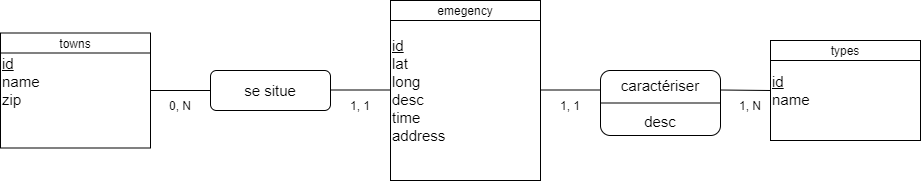
This is MCD.png from chainyo/analyse_donnees, a draw.io export, as it was before one commit. Source tidied: cells renumbered, new cells last; positions are measured from the earlier drawing's top-left corner, leaving out a move shared by most shapes. Source of this version:
```xml
<mxGraphModel>
  <root>
    <mxCell id="0" />
    <mxCell id="1" parent="0" />
    <mxCell id="2" value="&lt;font style=&quot;font-size: 15px&quot;&gt;&lt;u&gt;id&lt;/u&gt;&lt;br&gt;lat&lt;br&gt;long&lt;br&gt;desc&lt;br&gt;time&lt;br&gt;address&lt;br&gt;&lt;/font&gt;" style="shape=internalStorage;whiteSpace=wrap;html=1;backgroundOutline=1;dx=0;dy=20;align=left;" parent="1" vertex="1">
      <mxGeometry x="390" width="150" height="180" as="geometry" />
    </mxCell>
    <mxCell id="3" value="emegency" style="text;html=1;strokeColor=none;fillColor=none;align=center;verticalAlign=middle;whiteSpace=wrap;rounded=0;" parent="1" vertex="1">
      <mxGeometry x="445" width="40" height="20" as="geometry" />
    </mxCell>
    <mxCell id="4" value="&lt;font style=&quot;font-size: 15px&quot;&gt;&lt;u&gt;id&lt;/u&gt;&lt;br&gt;name&lt;br&gt;&lt;/font&gt;" style="shape=internalStorage;whiteSpace=wrap;html=1;backgroundOutline=1;dx=0;dy=20;align=left;" parent="1" vertex="1">
      <mxGeometry x="770" y="40" width="150" height="100" as="geometry" />
    </mxCell>
    <mxCell id="5" value="types" style="text;html=1;strokeColor=none;fillColor=none;align=center;verticalAlign=middle;whiteSpace=wrap;rounded=0;" parent="1" vertex="1">
      <mxGeometry x="825" y="40" width="40" height="20" as="geometry" />
    </mxCell>
    <mxCell id="6" value="&lt;font style=&quot;font-size: 15px&quot;&gt;&lt;u&gt;id&lt;br&gt;&lt;/u&gt;name&lt;br&gt;zip&lt;br&gt;&lt;br&gt;&lt;/font&gt;" style="shape=internalStorage;whiteSpace=wrap;html=1;backgroundOutline=1;dx=0;dy=20;align=left;" parent="1" vertex="1">
      <mxGeometry y="32.5" width="150" height="115" as="geometry" />
    </mxCell>
    <mxCell id="7" value="towns" style="text;html=1;strokeColor=none;fillColor=none;align=center;verticalAlign=middle;whiteSpace=wrap;rounded=0;" parent="1" vertex="1">
      <mxGeometry x="55" y="32.5" width="40" height="20" as="geometry" />
    </mxCell>
    <mxCell id="8" value="&lt;font style=&quot;font-size: 15px&quot;&gt;caractériser&lt;br&gt;&lt;br&gt;desc&lt;br&gt;&lt;/font&gt;" style="rounded=1;whiteSpace=wrap;html=1;" parent="1" vertex="1">
      <mxGeometry x="600" y="70" width="120" height="65" as="geometry" />
    </mxCell>
    <mxCell id="9" value="&lt;span style=&quot;font-size: 15px&quot;&gt;se situe&lt;/span&gt;" style="rounded=1;whiteSpace=wrap;html=1;" parent="1" vertex="1">
      <mxGeometry x="210" y="70" width="120" height="40" as="geometry" />
    </mxCell>
    <mxCell id="10" style="endArrow=none;html=1;entryX=0;entryY=0.5;entryDx=0;entryDy=0;" parent="1" edge="1" source="6" target="9">
      <mxGeometry relative="1" as="geometry" />
    </mxCell>
    <mxCell id="11" style="endArrow=none;html=1;entryX=0;entryY=0.5;entryDx=0;entryDy=0;" parent="1" edge="1">
      <mxGeometry relative="1" as="geometry">
        <mxPoint x="330" y="89.5" as="sourcePoint" />
        <mxPoint x="390" y="89.5" as="targetPoint" />
      </mxGeometry>
    </mxCell>
    <mxCell id="12" style="endArrow=none;html=1;entryX=0;entryY=0.5;entryDx=0;entryDy=0;" parent="1" edge="1">
      <mxGeometry relative="1" as="geometry">
        <mxPoint x="540" y="89.5" as="sourcePoint" />
        <mxPoint x="600" y="89.5" as="targetPoint" />
      </mxGeometry>
    </mxCell>
    <mxCell id="13" style="endArrow=none;html=1;" parent="1" edge="1">
      <mxGeometry relative="1" as="geometry">
        <mxPoint x="720" y="89.5" as="sourcePoint" />
        <mxPoint x="770" y="90" as="targetPoint" />
      </mxGeometry>
    </mxCell>
    <mxCell id="14" value="0, N" style="text;html=1;strokeColor=none;fillColor=none;align=center;verticalAlign=middle;whiteSpace=wrap;rounded=0;" parent="1" vertex="1">
      <mxGeometry x="160" y="95" width="40" height="20" as="geometry" />
    </mxCell>
    <mxCell id="15" value="1, 1" style="text;html=1;strokeColor=none;fillColor=none;align=center;verticalAlign=middle;whiteSpace=wrap;rounded=0;" parent="1" vertex="1">
      <mxGeometry x="340" y="95" width="40" height="20" as="geometry" />
    </mxCell>
    <mxCell id="16" value="1, 1" style="text;html=1;strokeColor=none;fillColor=none;align=center;verticalAlign=middle;whiteSpace=wrap;rounded=0;" parent="1" vertex="1">
      <mxGeometry x="550" y="95" width="40" height="20" as="geometry" />
    </mxCell>
    <mxCell id="17" value="1, N" style="text;html=1;strokeColor=none;fillColor=none;align=center;verticalAlign=middle;whiteSpace=wrap;rounded=0;" parent="1" vertex="1">
      <mxGeometry x="730" y="95" width="40" height="20" as="geometry" />
    </mxCell>
    <mxCell id="18" style="endArrow=none;html=1;entryX=0;entryY=0.5;entryDx=0;entryDy=0;exitX=1;exitY=0.5;exitDx=0;exitDy=0;" parent="1" edge="1" source="8" target="8">
      <mxGeometry relative="1" as="geometry" />
    </mxCell>
  </root>
</mxGraphModel>
```
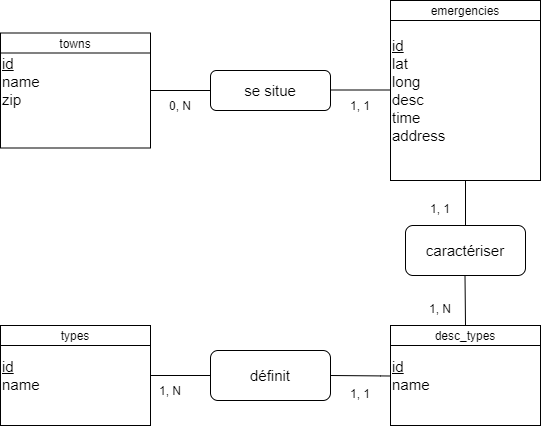
Later version of the same file.

Diff of the diagram source:
```diff
@@ -5,14 +5,14 @@
     <mxCell id="2" value="&lt;font style=&quot;font-size: 15px&quot;&gt;&lt;u&gt;id&lt;/u&gt;&lt;br&gt;lat&lt;br&gt;long&lt;br&gt;desc&lt;br&gt;time&lt;br&gt;address&lt;br&gt;&lt;/font&gt;" style="shape=internalStorage;whiteSpace=wrap;html=1;backgroundOutline=1;dx=0;dy=20;align=left;" parent="1" vertex="1">
       <mxGeometry x="390" width="150" height="180" as="geometry" />
     </mxCell>
-    <mxCell id="3" value="emegency" style="text;html=1;strokeColor=none;fillColor=none;align=center;verticalAlign=middle;whiteSpace=wrap;rounded=0;" parent="1" vertex="1">
+    <mxCell id="3" value="emergencies" style="text;html=1;strokeColor=none;fillColor=none;align=center;verticalAlign=middle;whiteSpace=wrap;rounded=0;" parent="1" vertex="1">
       <mxGeometry x="445" width="40" height="20" as="geometry" />
     </mxCell>
     <mxCell id="4" value="&lt;font style=&quot;font-size: 15px&quot;&gt;&lt;u&gt;id&lt;/u&gt;&lt;br&gt;name&lt;br&gt;&lt;/font&gt;" style="shape=internalStorage;whiteSpace=wrap;html=1;backgroundOutline=1;dx=0;dy=20;align=left;" parent="1" vertex="1">
-      <mxGeometry x="770" y="40" width="150" height="100" as="geometry" />
+      <mxGeometry y="325" width="150" height="100" as="geometry" />
     </mxCell>
     <mxCell id="5" value="types" style="text;html=1;strokeColor=none;fillColor=none;align=center;verticalAlign=middle;whiteSpace=wrap;rounded=0;" parent="1" vertex="1">
-      <mxGeometry x="825" y="40" width="40" height="20" as="geometry" />
+      <mxGeometry x="55" y="325" width="40" height="20" as="geometry" />
     </mxCell>
     <mxCell id="6" value="&lt;font style=&quot;font-size: 15px&quot;&gt;&lt;u&gt;id&lt;br&gt;&lt;/u&gt;name&lt;br&gt;zip&lt;br&gt;&lt;br&gt;&lt;/font&gt;" style="shape=internalStorage;whiteSpace=wrap;html=1;backgroundOutline=1;dx=0;dy=20;align=left;" parent="1" vertex="1">
       <mxGeometry y="32.5" width="150" height="115" as="geometry" />
@@ -20,8 +20,8 @@
     <mxCell id="7" value="towns" style="text;html=1;strokeColor=none;fillColor=none;align=center;verticalAlign=middle;whiteSpace=wrap;rounded=0;" parent="1" vertex="1">
       <mxGeometry x="55" y="32.5" width="40" height="20" as="geometry" />
     </mxCell>
-    <mxCell id="8" value="&lt;font style=&quot;font-size: 15px&quot;&gt;caractériser&lt;br&gt;&lt;br&gt;desc&lt;br&gt;&lt;/font&gt;" style="rounded=1;whiteSpace=wrap;html=1;" parent="1" vertex="1">
-      <mxGeometry x="600" y="70" width="120" height="65" as="geometry" />
+    <mxCell id="8" value="&lt;font style=&quot;font-size: 15px&quot;&gt;caractériser&lt;br&gt;&lt;/font&gt;" style="rounded=1;whiteSpace=wrap;html=1;" parent="1" vertex="1">
+      <mxGeometry x="405" y="225" width="120" height="50" as="geometry" />
     </mxCell>
     <mxCell id="9" value="&lt;span style=&quot;font-size: 15px&quot;&gt;se situe&lt;/span&gt;" style="rounded=1;whiteSpace=wrap;html=1;" parent="1" vertex="1">
       <mxGeometry x="210" y="70" width="120" height="40" as="geometry" />
@@ -35,16 +35,12 @@
         <mxPoint x="390" y="89.5" as="targetPoint" />
       </mxGeometry>
     </mxCell>
-    <mxCell id="12" style="endArrow=none;html=1;entryX=0;entryY=0.5;entryDx=0;entryDy=0;" parent="1" edge="1">
-      <mxGeometry relative="1" as="geometry">
-        <mxPoint x="540" y="89.5" as="sourcePoint" />
-        <mxPoint x="600" y="89.5" as="targetPoint" />
-      </mxGeometry>
+    <mxCell id="12" style="endArrow=none;html=1;entryX=0.5;entryY=1;entryDx=0;entryDy=0;exitX=0.5;exitY=0;exitDx=0;exitDy=0;" parent="1" edge="1" source="8" target="2">
+      <mxGeometry relative="1" as="geometry" />
     </mxCell>
-    <mxCell id="13" style="endArrow=none;html=1;" parent="1" edge="1">
+    <mxCell id="13" style="endArrow=none;html=1;entryX=0;entryY=0.5;entryDx=0;entryDy=0;" parent="1" edge="1" target="21">
       <mxGeometry relative="1" as="geometry">
-        <mxPoint x="720" y="89.5" as="sourcePoint" />
-        <mxPoint x="770" y="90" as="targetPoint" />
+        <mxPoint x="150" y="375" as="sourcePoint" />
       </mxGeometry>
     </mxCell>
     <mxCell id="14" value="0, N" style="text;html=1;strokeColor=none;fillColor=none;align=center;verticalAlign=middle;whiteSpace=wrap;rounded=0;" parent="1" vertex="1">
@@ -53,14 +49,39 @@
     <mxCell id="15" value="1, 1" style="text;html=1;strokeColor=none;fillColor=none;align=center;verticalAlign=middle;whiteSpace=wrap;rounded=0;" parent="1" vertex="1">
       <mxGeometry x="340" y="95" width="40" height="20" as="geometry" />
     </mxCell>
-    <mxCell id="16" value="1, 1" style="text;html=1;strokeColor=none;fillColor=none;align=center;verticalAlign=middle;whiteSpace=wrap;rounded=0;" parent="1" vertex="1">
-      <mxGeometry x="550" y="95" width="40" height="20" as="geometry" />
-    </mxCell>
     <mxCell id="17" value="1, N" style="text;html=1;strokeColor=none;fillColor=none;align=center;verticalAlign=middle;whiteSpace=wrap;rounded=0;" parent="1" vertex="1">
-      <mxGeometry x="730" y="95" width="40" height="20" as="geometry" />
+      <mxGeometry x="150" y="380" width="40" height="20" as="geometry" />
     </mxCell>
-    <mxCell id="18" style="endArrow=none;html=1;entryX=0;entryY=0.5;entryDx=0;entryDy=0;exitX=1;exitY=0.5;exitDx=0;exitDy=0;" parent="1" edge="1" source="8" target="8">
-      <mxGeometry relative="1" as="geometry" />
-    </mxCell>
+    <mxCell id="19" value="&lt;font style=&quot;font-size: 15px&quot;&gt;&lt;u&gt;id&lt;/u&gt;&lt;br&gt;name&lt;br&gt;&lt;/font&gt;" style="shape=internalStorage;whiteSpace=wrap;html=1;backgroundOutline=1;dx=0;dy=20;align=left;" parent="1" vertex="1">
+      <mxGeometry x="390" y="325" width="150" height="100" as="geometry" />
+    </mxCell>
+    <mxCell id="20" value="desc_types" style="text;html=1;strokeColor=none;fillColor=none;align=center;verticalAlign=middle;whiteSpace=wrap;rounded=0;" parent="1" vertex="1">
+      <mxGeometry x="445" y="325" width="40" height="20" as="geometry" />
+    </mxCell>
+    <mxCell id="21" value="&lt;font style=&quot;font-size: 15px&quot;&gt;définit&lt;br&gt;&lt;/font&gt;" style="rounded=1;whiteSpace=wrap;html=1;" parent="1" vertex="1">
+      <mxGeometry x="210" y="350" width="120" height="50" as="geometry" />
+    </mxCell>
+    <mxCell id="22" style="endArrow=none;html=1;exitX=1;exitY=0.5;exitDx=0;exitDy=0;" parent="1" edge="1" source="21">
+      <mxGeometry relative="1" as="geometry">
+        <mxPoint x="390" y="375" as="targetPoint" />
+        <Array as="points">
+          <mxPoint x="390" y="375.5" />
+        </Array>
+      </mxGeometry>
+    </mxCell>
+    <mxCell id="23" value="1, 1" style="text;html=1;strokeColor=none;fillColor=none;align=center;verticalAlign=middle;whiteSpace=wrap;rounded=0;" parent="1" vertex="1">
+      <mxGeometry x="340" y="380" width="40" height="25" as="geometry" />
+    </mxCell>
+    <mxCell id="24" style="endArrow=none;html=1;entryX=0.5;entryY=1;entryDx=0;entryDy=0;exitX=0.5;exitY=0;exitDx=0;exitDy=0;" parent="1" edge="1" source="20">
+      <mxGeometry relative="1" as="geometry">
+        <mxPoint x="464.5" y="275" as="targetPoint" />
+      </mxGeometry>
+    </mxCell>
+    <mxCell id="25" value="1, N" style="text;html=1;strokeColor=none;fillColor=none;align=center;verticalAlign=middle;whiteSpace=wrap;rounded=0;" parent="1" vertex="1">
+      <mxGeometry x="420" y="295" width="40" height="25" as="geometry" />
+    </mxCell>
+    <mxCell id="26" value="1, 1" style="text;html=1;strokeColor=none;fillColor=none;align=center;verticalAlign=middle;whiteSpace=wrap;rounded=0;" parent="1" vertex="1">
+      <mxGeometry x="420" y="195" width="40" height="25" as="geometry" />
+    </mxCell>
   </root>
 </mxGraphModel>
```
